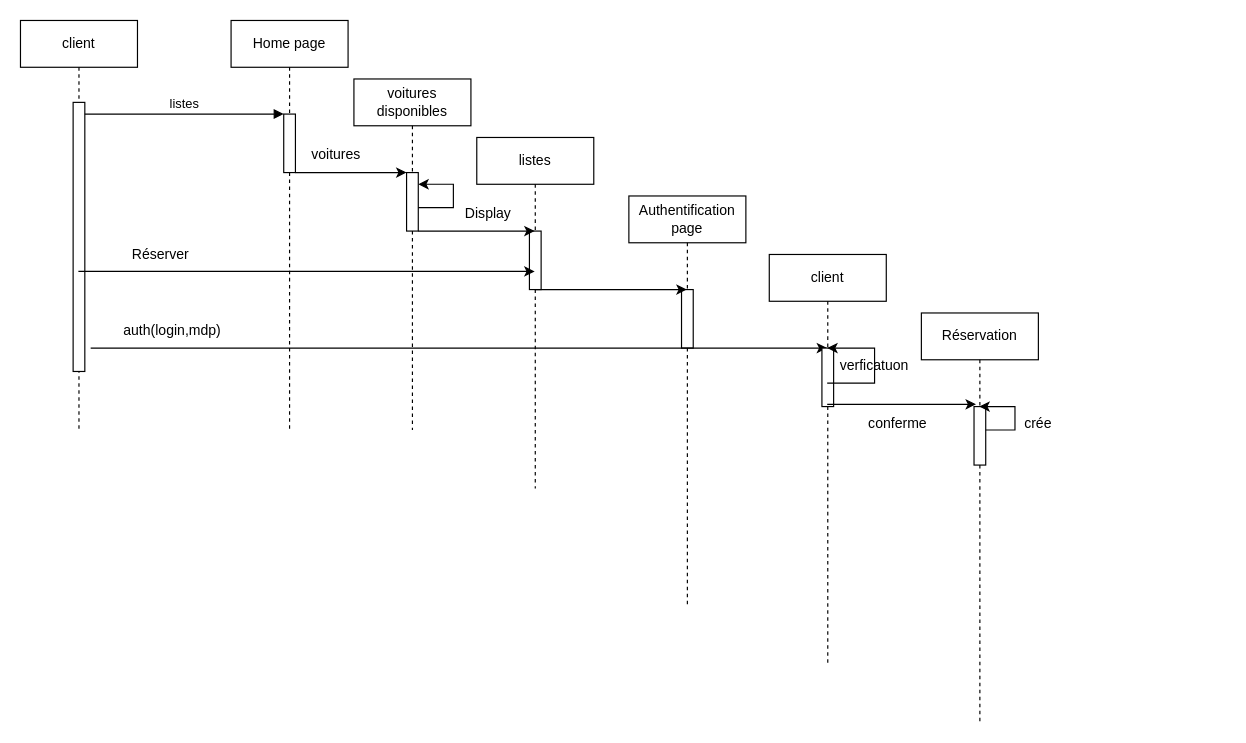
This is Diagramme sans nom.drawio from nacefzakaria/Picalti, a draw.io file, before an edit. Source tidied: cells renumbered, new cells numbered last; positions are measured from the earlier drawing's top-left corner, leaving out a move shared by most shapes. Both pictures are drawn from the tidied source at 117%, with x=0, y=0 at pixel (20, 20).
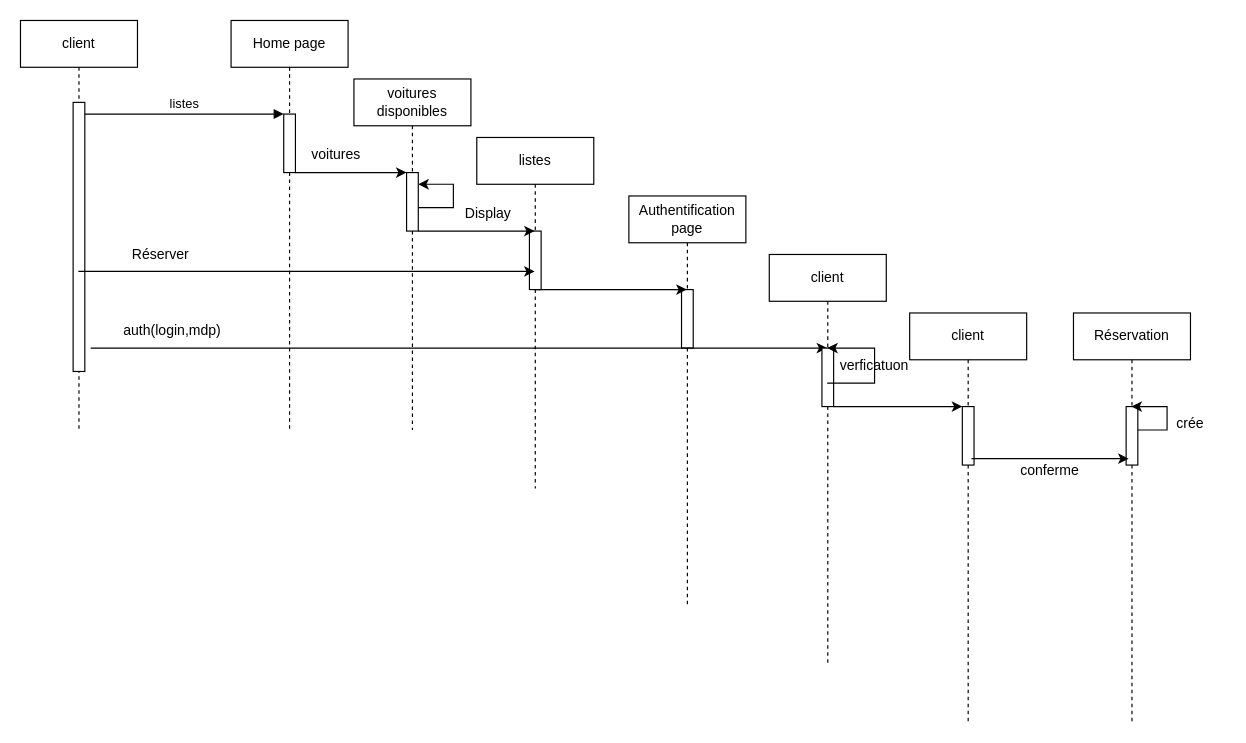
The same diagram, later.

Commit message:
Mettre à jour Diagramme sans nom.drawio

Unchanged cells that the change refers to:
```xml
<mxCell id="22" value="client" style="shape=umlLifeline;perimeter=lifelinePerimeter;whiteSpace=wrap;html=1;outlineConnect=0;portConstraint=eastwest;newEdgeStyle={&quot;edgeStyle&quot;:&quot;elbowEdgeStyle&quot;,&quot;elbow&quot;:&quot;vertical&quot;,&quot;curved&quot;:0,&quot;rounded&quot;:0};" parent="1" vertex="1">
  <mxGeometry x="640" y="200" width="100" height="350" as="geometry" />
</mxCell>
```

The edit, as a diff of the source:
```diff
@@
     <mxCell id="27" value="Réservation" style="shape=umlLifeline;perimeter=lifelinePerimeter;whiteSpace=wrap;html=1;outlineConnect=0;portConstraint=eastwest;newEdgeStyle={&quot;edgeStyle&quot;:&quot;elbowEdgeStyle&quot;,&quot;elbow&quot;:&quot;vertical&quot;,&quot;curved&quot;:0,&quot;rounded&quot;:0};" parent="1" vertex="1">
-      <mxGeometry x="770" y="250" width="100" height="350" as="geometry" />
+      <mxGeometry x="900" y="250" width="100" height="350" as="geometry" />
     </mxCell>
@@
-    <mxCell id="30" style="endArrow=classic;html=1;rounded=0;entryX=0.467;entryY=0.223;entryDx=0;entryDy=0;entryPerimeter=0;" parent="1" edge="1" source="22" target="27">
-      <mxGeometry relative="1" as="geometry" />
-    </mxCell>
     <mxCell id="31" value="conferme" style="text;strokeColor=none;align=center;fillColor=none;html=1;verticalAlign=middle;whiteSpace=wrap;rounded=0;" parent="1" vertex="1">
-      <mxGeometry x="720" y="330" width="60" height="30" as="geometry" />
+      <mxGeometry x="850" y="370" width="60" height="30" as="geometry" />
     </mxCell>
     <mxCell id="32" value="crée" style="text;strokeColor=none;align=center;fillColor=none;html=1;verticalAlign=middle;whiteSpace=wrap;rounded=0;" parent="1" vertex="1">
-      <mxGeometry x="840" y="330" width="60" height="30" as="geometry" />
+      <mxGeometry x="970" y="330" width="60" height="30" as="geometry" />
     </mxCell>
+    <mxCell id="33" value="client" style="shape=umlLifeline;perimeter=lifelinePerimeter;whiteSpace=wrap;html=1;newEdgeStyle={&quot;edgeStyle&quot;:&quot;elbowEdgeStyle&quot;,&quot;elbow&quot;:&quot;vertical&quot;,&quot;curved&quot;:0,&quot;rounded&quot;:0};" parent="1" vertex="1">
+      <mxGeometry x="760" y="250" width="100" height="350" as="geometry" />
+    </mxCell>
+    <mxCell id="34" style="html=1;perimeter=orthogonalPerimeter;targetShapes=umlLifeline;newEdgeStyle={&quot;edgeStyle&quot;:&quot;elbowEdgeStyle&quot;,&quot;elbow&quot;:&quot;vertical&quot;,&quot;curved&quot;:0,&quot;rounded&quot;:0};" parent="33" vertex="1">
+      <mxGeometry x="45" y="80" width="10" height="50" as="geometry" />
+    </mxCell>
+    <mxCell id="35" style="endArrow=classic;html=1;rounded=0;" parent="1" edge="1">
+      <mxGeometry relative="1" as="geometry">
+        <mxPoint x="695" y="330" as="sourcePoint" />
+        <mxPoint x="805" y="330" as="targetPoint" />
+      </mxGeometry>
+    </mxCell>
+    <mxCell id="36" style="endArrow=classic;html=1;rounded=0;" parent="1" edge="1">
+      <mxGeometry relative="1" as="geometry">
+        <mxPoint x="812.8" y="374.5" as="sourcePoint" />
+        <mxPoint x="947.2" y="374.5" as="targetPoint" />
+      </mxGeometry>
+    </mxCell>
```
